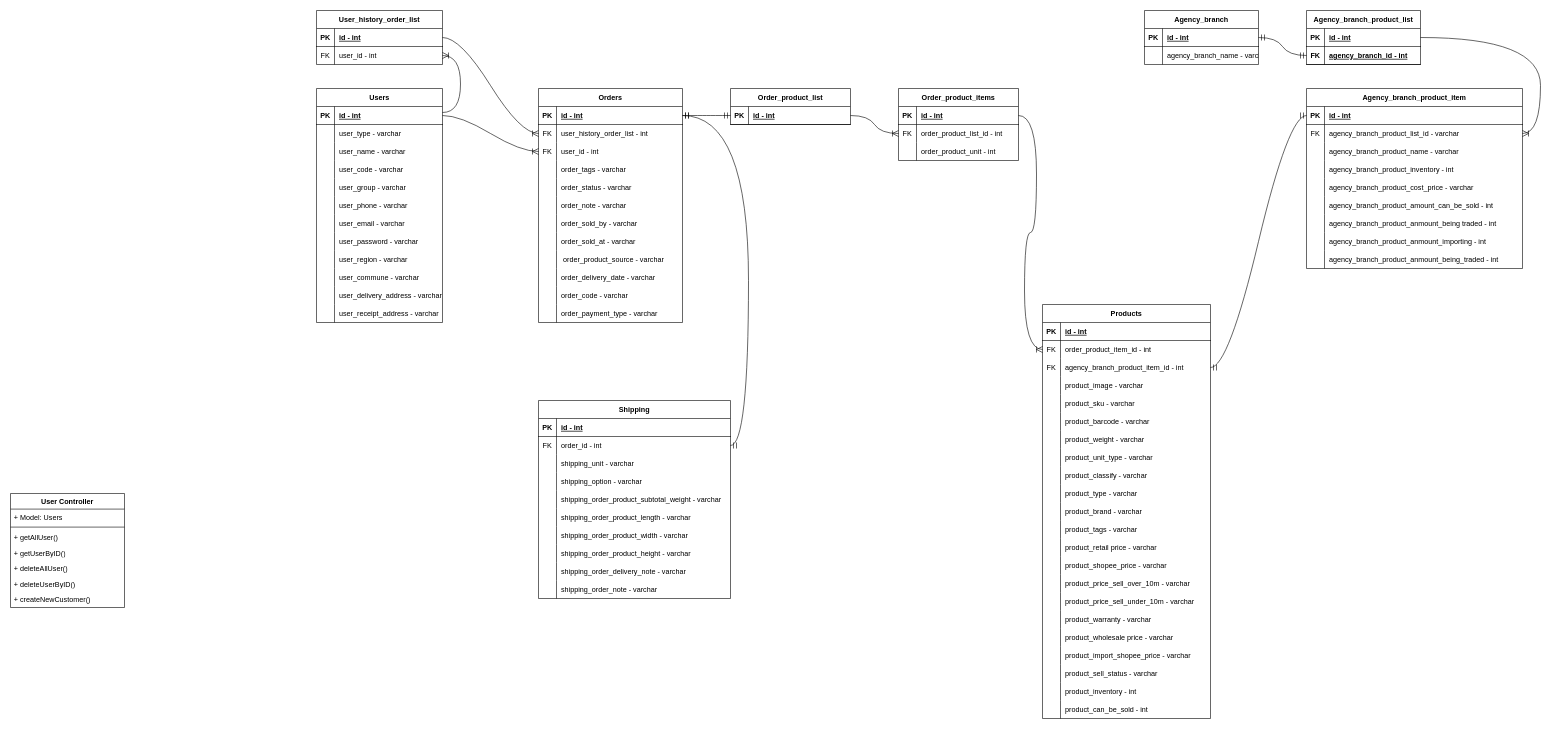
Before: Untitled Diagram.drawio in tuantransn2001/MHK_Admin_Server_V1, a draw.io diagram. Source tidied: cells renumbered, new cells numbered last; positions are measured from the earlier drawing's top-left corner, leaving out a move shared by most shapes. Both pictures are drawn from the tidied source at 60%, with x=0, y=0 at pixel (10, 10).
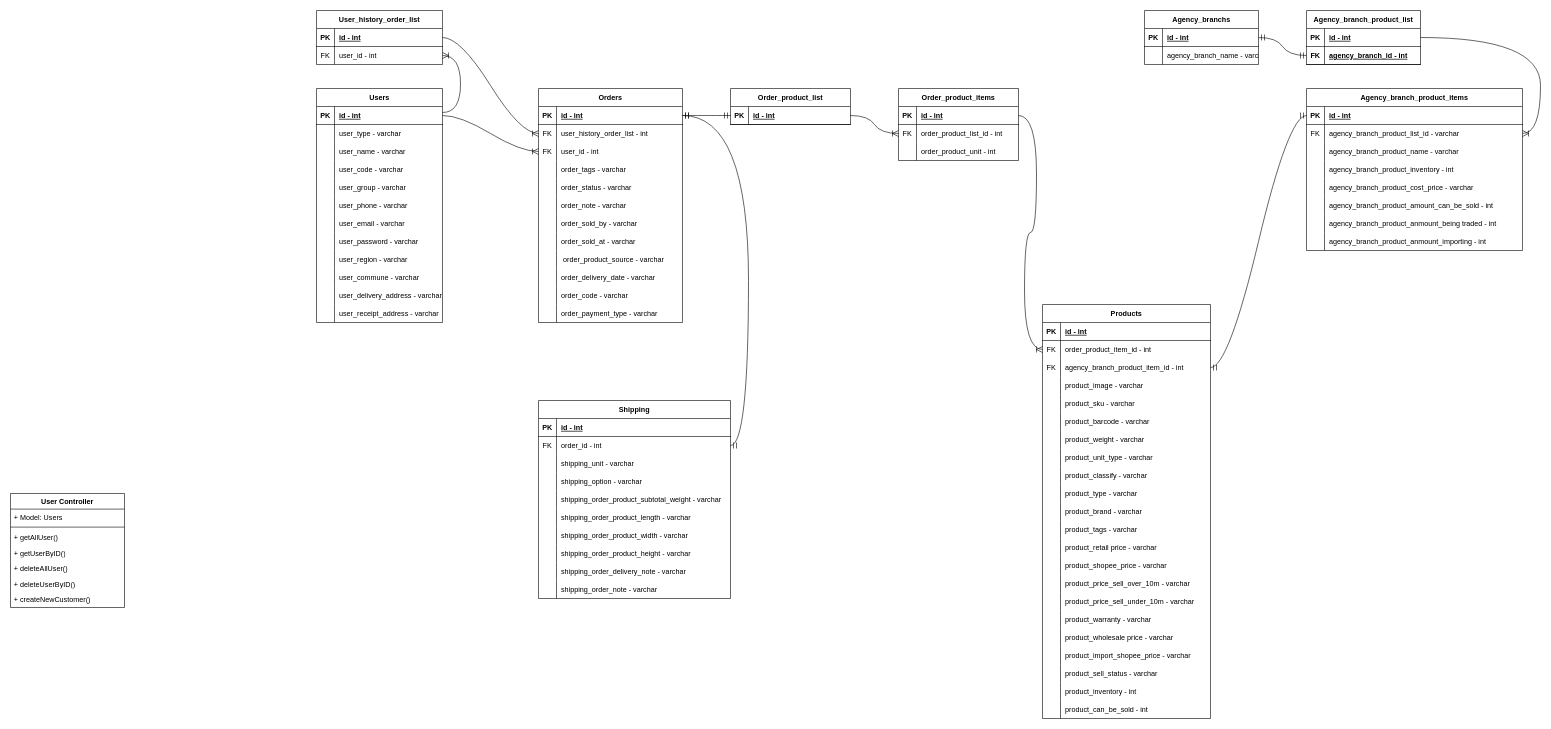
The same diagram, later.

Commit message:
Cập nhật Untitled Diagram.drawio

The edit, as a diff of the source:
```diff
@@
-    <mxCell id="151" value="Agency_branch" style="shape=table;startSize=30;childLayout=tableLayout;rowLines=0;fontStyle=1;align=center;" parent="1" vertex="1">
+    <mxCell id="151" value="Agency_branchs" style="shape=table;startSize=30;childLayout=tableLayout;rowLines=0;fontStyle=1;align=center;" parent="1" vertex="1">
       <mxGeometry x="1890" width="190" height="90" as="geometry" />
     </mxCell>
@@
-    <mxCell id="200" value="Agency_branch_product_item" style="shape=table;startSize=30;childLayout=tableLayout;rowLines=0;fontStyle=1;align=center;" parent="1" vertex="1">
-      <mxGeometry x="2160" y="130" width="360" height="300" as="geometry" />
+    <mxCell id="200" value="Agency_branch_product_items" style="shape=table;startSize=30;childLayout=tableLayout;rowLines=0;fontStyle=1;align=center;" parent="1" vertex="1">
+      <mxGeometry x="2160" y="130" width="360" height="270" as="geometry" />
     </mxCell>
@@
-    <mxCell id="225" style="shape=tableRow;horizontal=0;startSize=0;swimlaneHead=0;swimlaneBody=0;fillColor=none;top=0;left=0;right=0;bottom=0;" parent="200" vertex="1">
-      <mxGeometry y="270" width="360" height="30" as="geometry" />
-    </mxCell>
-    <mxCell id="226" style="shape=partialRectangle;fillColor=none;top=0;left=0;bottom=0;right=0;overflow=hidden;" parent="225" vertex="1">
-      <mxGeometry width="30" height="30" as="geometry" />
-    </mxCell>
-    <mxCell id="227" value="agency_branch_product_anmount_being_traded - int" style="shape=partialRectangle;fillColor=none;top=0;left=0;bottom=0;right=0;align=left;spacingLeft=6;overflow=hidden;" parent="225" vertex="1">
-      <mxGeometry x="30" width="330" height="30" as="geometry" />
-    </mxCell>
```
